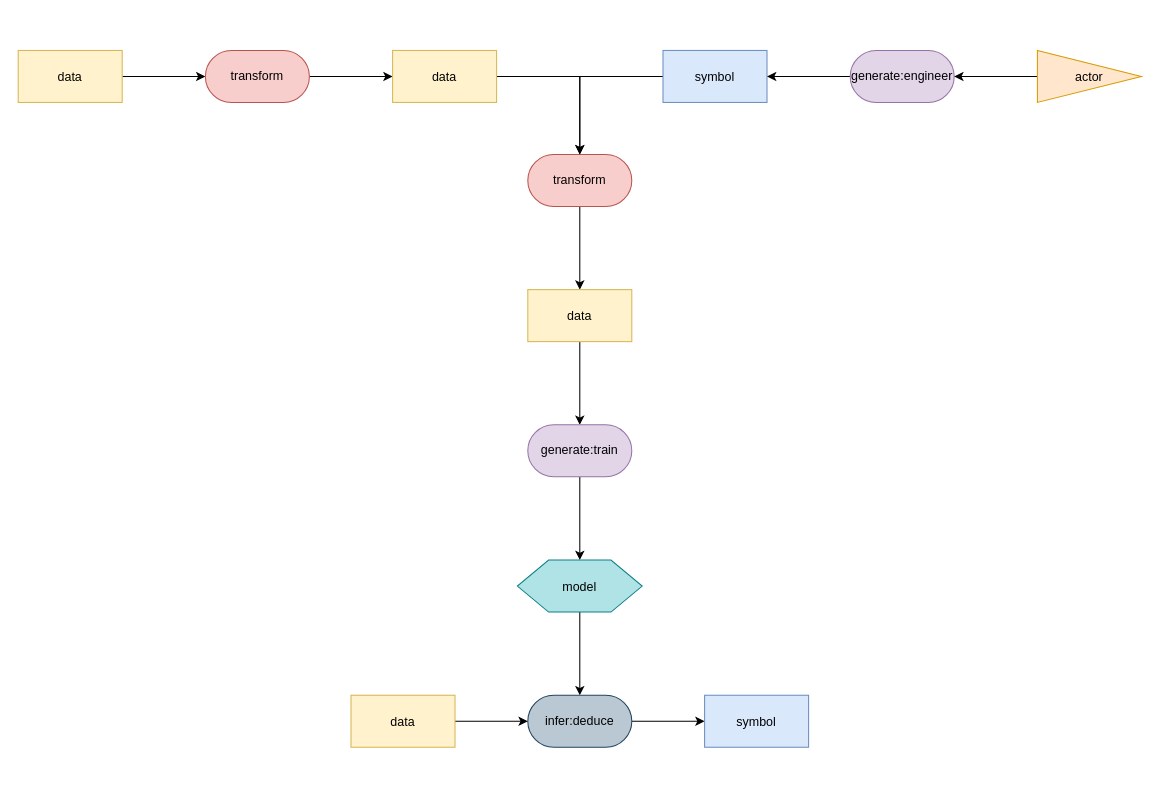
This is page "Generalized Pattern" (1 of 2) of medical patterns to boxologies/Rule-Based Method pre-processes input data for ML Prediction (RBML)/RMBL.drawio from zonnesmit/thesis, a draw.io file, before an edit. Source tidied: cells renumbered, new cells numbered last; positions are measured from the earlier drawing's top-left corner, leaving out a move shared by most shapes. Both pictures are drawn from the tidied source at 104%, with x=0, y=0 at pixel (18, 50).
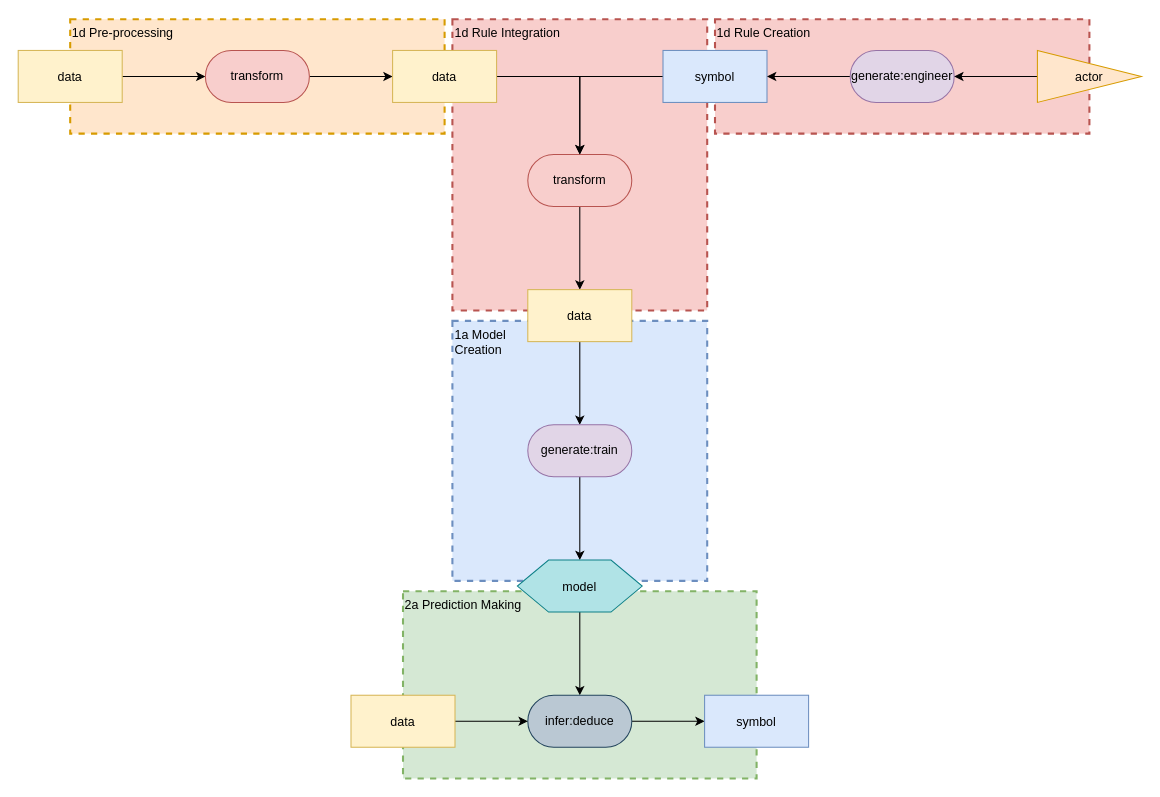
After the change.

The edit, as a diff of the source:
```diff
@@
+    <mxCell id="27" value="2a Prediction Making" style="text;html=1;align=left;verticalAlign=top;whiteSpace=wrap;rounded=0;dashed=1;fillColor=#d5e8d4;strokeColor=#82b366;strokeWidth=2;" parent="1" vertex="1">
+      <mxGeometry x="370" y="520" width="340" height="180" as="geometry" />
+    </mxCell>
+    <mxCell id="28" value="&lt;div&gt;1a Model&lt;/div&gt;&lt;div&gt;Creation&lt;/div&gt;" style="text;html=1;align=left;verticalAlign=top;whiteSpace=wrap;rounded=0;dashed=1;fillColor=#dae8fc;strokeColor=#6c8ebf;strokeWidth=2;" parent="1" vertex="1">
+      <mxGeometry x="417.5" y="260" width="245" height="250" as="geometry" />
+    </mxCell>
+    <mxCell id="29" value="1d Rule Creation" style="text;html=1;align=left;verticalAlign=top;whiteSpace=wrap;rounded=0;dashed=1;fillColor=#f8cecc;strokeColor=#b85450;strokeWidth=2;" parent="1" vertex="1">
+      <mxGeometry x="670" y="-30" width="360" height="110" as="geometry" />
+    </mxCell>
+    <mxCell id="30" value="1d Rule Integration" style="text;html=1;align=left;verticalAlign=top;whiteSpace=wrap;rounded=0;dashed=1;fillColor=#f8cecc;strokeColor=#b85450;strokeWidth=2;" parent="1" vertex="1">
+      <mxGeometry x="417.5" y="-30" width="245" height="280" as="geometry" />
+    </mxCell>
+    <mxCell id="31" value="1d Pre-processing" style="text;html=1;align=left;verticalAlign=top;whiteSpace=wrap;rounded=0;dashed=1;fillColor=#ffe6cc;strokeColor=#d79b00;strokeWidth=2;" parent="1" vertex="1">
+      <mxGeometry x="50" y="-30" width="360" height="110" as="geometry" />
+    </mxCell>
```
